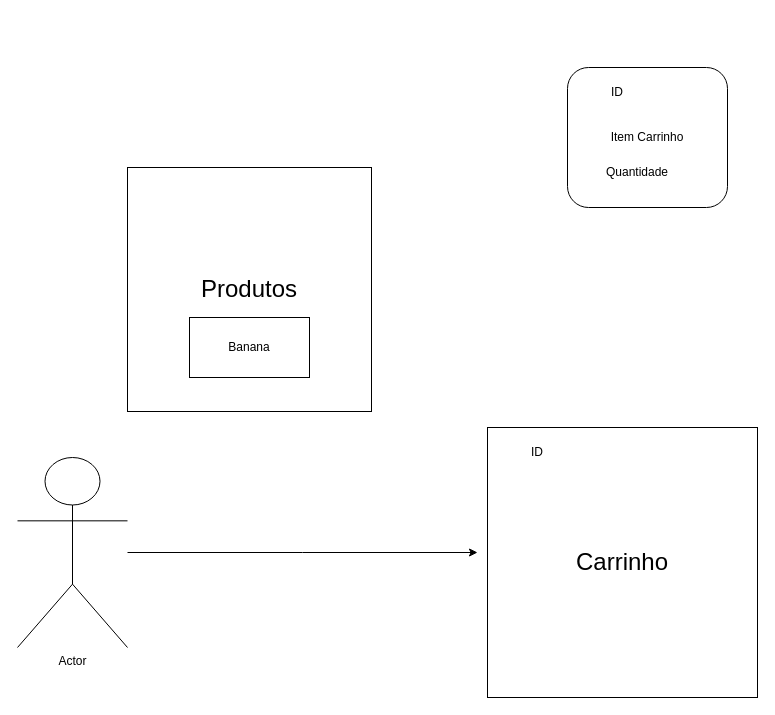
Before: carrinho.drawio in mucasantos/quitanda_api_nodejs, a draw.io diagram. Source tidied: cells renumbered, new cells numbered last; positions are measured from the earlier drawing's top-left corner, leaving out a move shared by most shapes. Both pictures are drawn from the tidied source at 100%, with x=0, y=0 at pixel (17, 67).
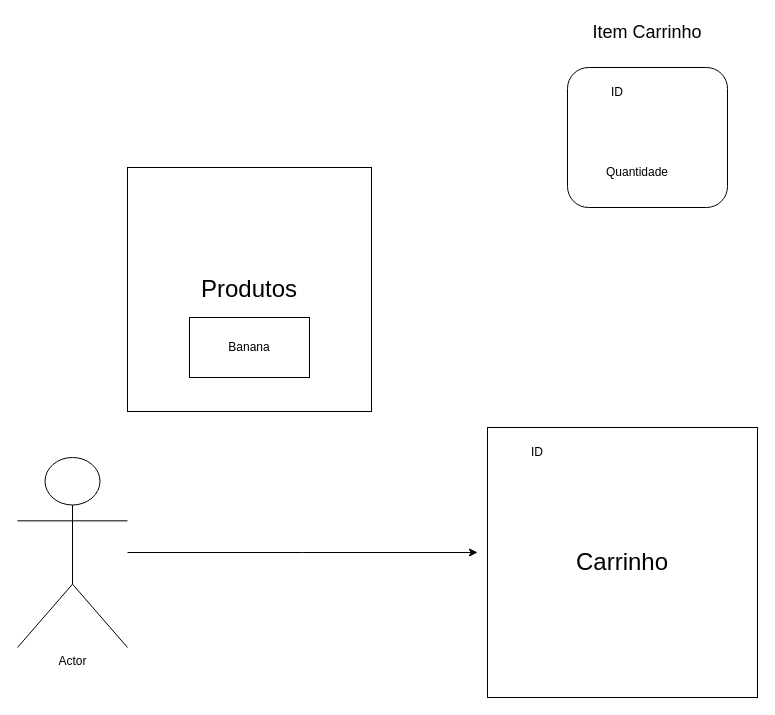
The same page after the edit.

Change to the diagram source:
```diff
@@
 <mxGraphModel>
   <root>
     <mxCell id="0" />
     <mxCell id="1" parent="0" />
     <mxCell id="2" value="&lt;font style=&quot;font-size: 24px;&quot;&gt;Produtos&lt;/font&gt;" style="whiteSpace=wrap;html=1;" parent="1" vertex="1">
       <mxGeometry x="110" y="100" width="244" height="244" as="geometry" />
     </mxCell>
     <mxCell id="3" style="edgeStyle=orthogonalEdgeStyle;rounded=0;jettySize=auto;html=1;" parent="1" edge="1" source="4">
       <mxGeometry relative="1" as="geometry">
         <mxPoint x="460" y="485" as="targetPoint" />
       </mxGeometry>
     </mxCell>
     <mxCell id="4" value="Actor" style="shape=umlActor;verticalLabelPosition=bottom;verticalAlign=top;html=1;outlineConnect=0;" parent="1" vertex="1">
       <mxGeometry y="390" width="110" height="190" as="geometry" />
     </mxCell>
     <mxCell id="5" value="&lt;span style=&quot;font-size: 24px;&quot;&gt;Carrinho&lt;/span&gt;" style="whiteSpace=wrap;html=1;" parent="1" vertex="1">
       <mxGeometry x="470" y="360" width="270" height="270" as="geometry" />
     </mxCell>
     <mxCell id="6" value="ID" style="text;html=1;align=center;verticalAlign=middle;whiteSpace=wrap;rounded=0;" parent="1" vertex="1">
       <mxGeometry x="490" y="370" width="60" height="30" as="geometry" />
     </mxCell>
-    <mxCell id="7" value="Item Carrinho" style="rounded=1;whiteSpace=wrap;html=1;" parent="1" vertex="1">
+    <mxCell id="7" style="rounded=1;whiteSpace=wrap;html=1;" parent="1" vertex="1">
       <mxGeometry x="550" width="160" height="140" as="geometry" />
     </mxCell>
     <mxCell id="8" value="Banana" style="rounded=0;whiteSpace=wrap;html=1;" parent="1" vertex="1">
       <mxGeometry x="172" y="250" width="120" height="60" as="geometry" />
     </mxCell>
     <mxCell id="9" value="ID" style="text;html=1;align=center;verticalAlign=middle;whiteSpace=wrap;rounded=0;" parent="1" vertex="1">
       <mxGeometry x="570" y="10" width="60" height="30" as="geometry" />
     </mxCell>
     <mxCell id="10" value="Quantidade" style="text;html=1;align=center;verticalAlign=middle;whiteSpace=wrap;rounded=0;" parent="1" vertex="1">
       <mxGeometry x="590" y="90" width="60" height="30" as="geometry" />
     </mxCell>
+    <mxCell id="11" value="&lt;font style=&quot;font-size: 18px;&quot;&gt;Item Carrinho&lt;/font&gt;" style="text;html=1;align=center;verticalAlign=middle;whiteSpace=wrap;rounded=0;" parent="1" vertex="1">
+      <mxGeometry x="570" y="-50" width="120" height="30" as="geometry" />
+    </mxCell>
   </root>
 </mxGraphModel>
```
